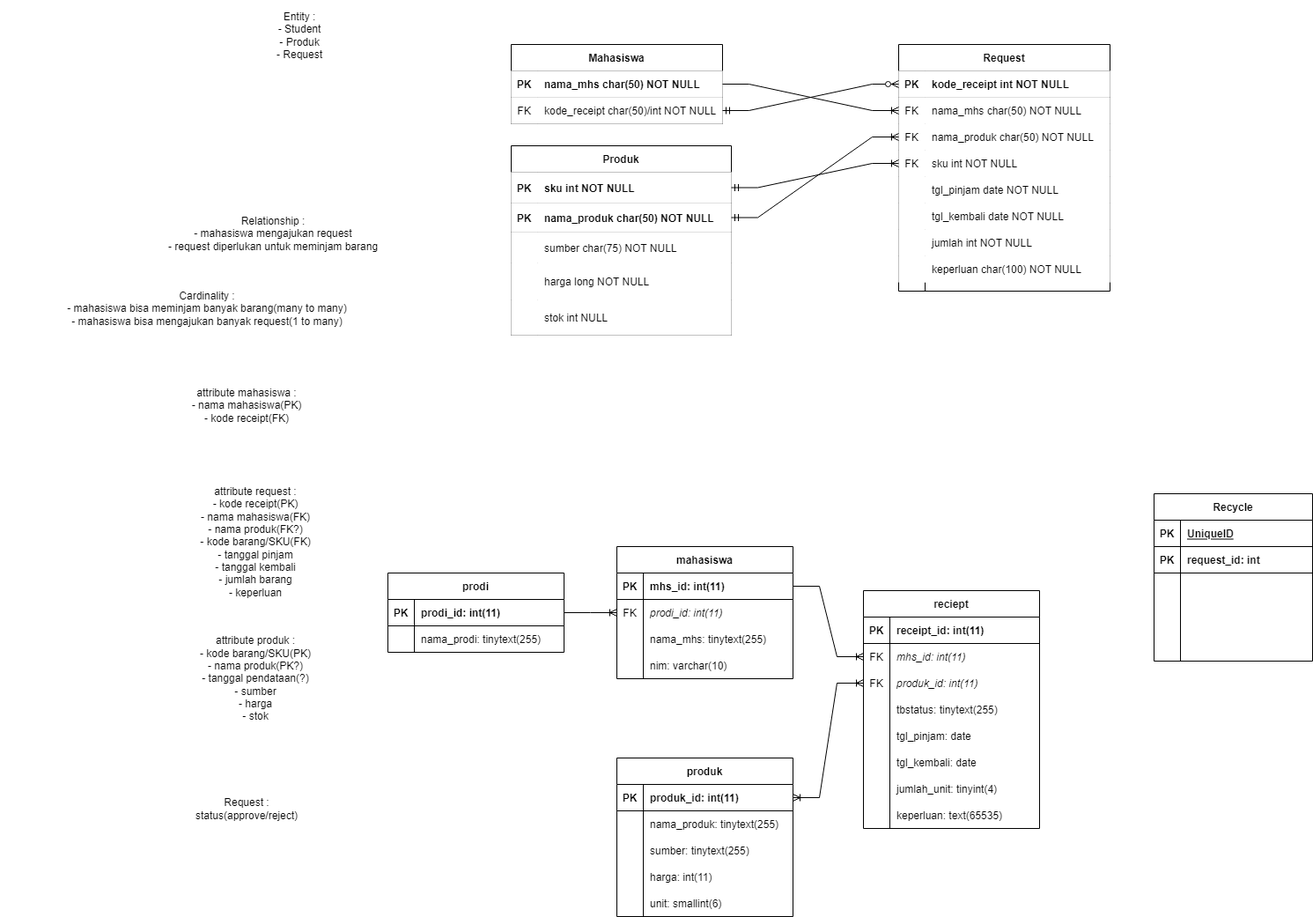
The draw.io diagram diagrams/ER diagram.drawio.png in johannfac/aplikasipeminjamanaset, before a commit. Source tidied: cells renumbered, new cells last; positions are measured from the earlier drawing's top-left corner, leaving out a move shared by most shapes.
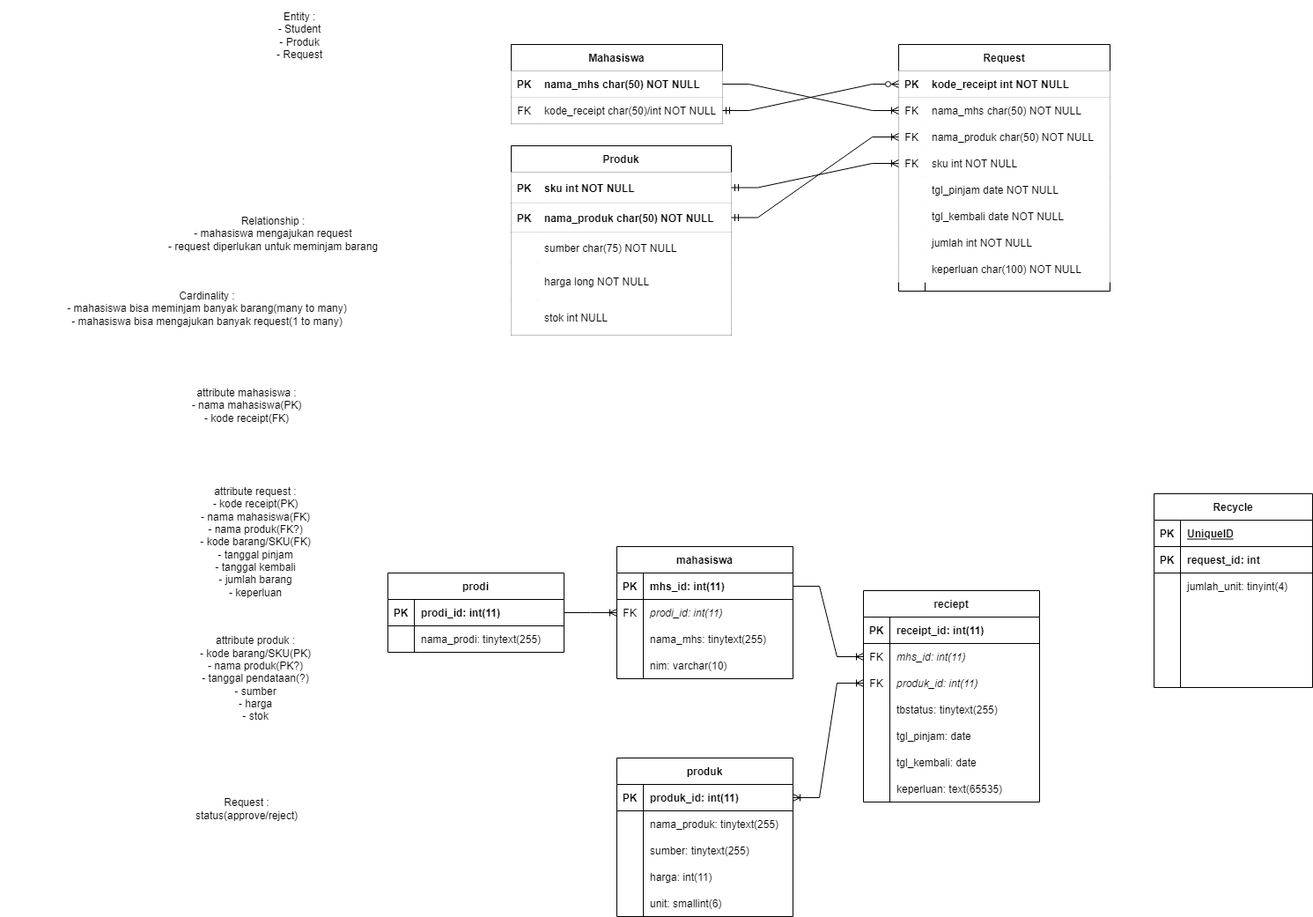
After the change.

Change to the diagram source:
```diff
@@ -264,7 +264,7 @@
       <mxGeometry x="30" width="170" height="30" as="geometry" />
     </mxCell>
     <mxCell id="89" value="reciept" style="shape=table;startSize=30;rowLines=0;fontStyle=1;align=center;fontColor=default;strokeColor=default;fillColor=none;" parent="1" vertex="1">
-      <mxGeometry x="980" y="670" width="200" height="270" as="geometry" />
+      <mxGeometry x="980" y="670" width="200" height="240" as="geometry" />
     </mxCell>
     <mxCell id="90" style="shape=partialRectangle;fillColor=none;top=0;left=0;bottom=1;right=0;fontColor=default;strokeColor=default;" parent="89" vertex="1">
       <mxGeometry y="30" width="200" height="30" as="geometry" />
@@ -320,17 +320,8 @@
     <mxCell id="107" value="tgl_kembali: date" style="shape=partialRectangle;fillColor=none;top=0;left=0;bottom=0;right=0;align=left;spacingLeft=6;overflow=hidden;fontColor=default;strokeColor=default;" parent="105" vertex="1">
       <mxGeometry x="30" width="170" height="30" as="geometry" />
     </mxCell>
-    <mxCell id="108" style="shape=partialRectangle;fillColor=none;top=0;left=0;bottom=0;right=0;fontColor=default;strokeColor=default;" parent="89" vertex="1">
-      <mxGeometry y="210" width="200" height="30" as="geometry" />
-    </mxCell>
-    <mxCell id="109" style="shape=partialRectangle;fillColor=none;top=0;left=0;bottom=0;right=0;overflow=hidden;fontColor=default;strokeColor=default;" parent="108" vertex="1">
-      <mxGeometry width="30" height="30" as="geometry" />
-    </mxCell>
-    <mxCell id="110" value="jumlah_unit: tinyint(4)" style="shape=partialRectangle;fillColor=none;top=0;left=0;bottom=0;right=0;align=left;spacingLeft=6;overflow=hidden;fontColor=default;strokeColor=default;" parent="108" vertex="1">
-      <mxGeometry x="30" width="170" height="30" as="geometry" />
-    </mxCell>
     <mxCell id="111" style="shape=partialRectangle;fillColor=none;top=0;left=0;bottom=0;right=0;fontColor=default;strokeColor=default;" parent="89" vertex="1">
-      <mxGeometry y="240" width="200" height="30" as="geometry" />
+      <mxGeometry y="210" width="200" height="30" as="geometry" />
     </mxCell>
     <mxCell id="112" style="shape=partialRectangle;fillColor=none;top=0;left=0;bottom=0;right=0;overflow=hidden;fontColor=default;strokeColor=default;" parent="111" vertex="1">
       <mxGeometry width="30" height="30" as="geometry" />
@@ -339,7 +330,7 @@
       <mxGeometry x="30" width="170" height="30" as="geometry" />
     </mxCell>
     <mxCell id="114" value="Recycle" style="shape=table;startSize=30;rowLines=0;fontStyle=1;align=center;fontColor=default;strokeColor=default;fillColor=default;" parent="1" vertex="1">
-      <mxGeometry x="1310" y="560" width="180" height="190" as="geometry" />
+      <mxGeometry x="1310" y="560" width="180" height="220" as="geometry" />
     </mxCell>
     <mxCell id="115" style="shape=partialRectangle;fillColor=none;top=0;left=0;bottom=1;right=0;fontColor=default;strokeColor=default;" parent="114" vertex="1">
       <mxGeometry y="30" width="180" height="30" as="geometry" />
@@ -359,8 +350,17 @@
     <mxCell id="120" value="request_id: int" style="shape=partialRectangle;fillColor=none;top=0;left=0;bottom=0;right=0;align=left;spacingLeft=6;fontStyle=1;overflow=hidden;fontColor=default;strokeColor=default;" parent="118" vertex="1">
       <mxGeometry x="30" width="150" height="30" as="geometry" />
     </mxCell>
+    <mxCell id="108" style="shape=partialRectangle;fillColor=none;top=0;left=0;bottom=0;right=0;fontColor=default;strokeColor=default;" parent="114" vertex="1">
+      <mxGeometry y="90" width="180" height="30" as="geometry" />
+    </mxCell>
+    <mxCell id="109" style="shape=partialRectangle;fillColor=none;top=0;left=0;bottom=0;right=0;overflow=hidden;fontColor=default;strokeColor=default;" parent="108" vertex="1">
+      <mxGeometry width="30" height="30" as="geometry" />
+    </mxCell>
+    <mxCell id="110" value="jumlah_unit: tinyint(4)" style="shape=partialRectangle;fillColor=none;top=0;left=0;bottom=0;right=0;align=left;spacingLeft=6;overflow=hidden;fontColor=default;strokeColor=default;" parent="108" vertex="1">
+      <mxGeometry x="30" width="150" height="30" as="geometry" />
+    </mxCell>
     <mxCell id="121" style="shape=partialRectangle;fillColor=none;top=0;left=0;bottom=0;right=0;fontColor=default;strokeColor=default;" parent="114" vertex="1">
-      <mxGeometry y="90" width="180" height="30" as="geometry" />
+      <mxGeometry y="120" width="180" height="30" as="geometry" />
     </mxCell>
     <mxCell id="122" style="shape=partialRectangle;fillColor=none;top=0;left=0;bottom=0;right=0;overflow=hidden;fontColor=default;strokeColor=default;" parent="121" vertex="1">
       <mxGeometry width="30" height="30" as="geometry" />
@@ -369,7 +369,7 @@
       <mxGeometry x="30" width="150" height="30" as="geometry" />
     </mxCell>
     <mxCell id="124" style="shape=partialRectangle;fillColor=none;top=0;left=0;bottom=0;right=0;fontColor=default;strokeColor=default;" parent="114" vertex="1">
-      <mxGeometry y="120" width="180" height="30" as="geometry" />
+      <mxGeometry y="150" width="180" height="30" as="geometry" />
     </mxCell>
     <mxCell id="125" style="shape=partialRectangle;fillColor=none;top=0;left=0;bottom=0;right=0;overflow=hidden;fontColor=default;strokeColor=default;" parent="124" vertex="1">
       <mxGeometry width="30" height="30" as="geometry" />
@@ -378,7 +378,7 @@
       <mxGeometry x="30" width="150" height="30" as="geometry" />
     </mxCell>
     <mxCell id="127" style="shape=partialRectangle;fillColor=none;top=0;left=0;bottom=0;right=0;fontColor=default;strokeColor=default;" parent="114" vertex="1">
-      <mxGeometry y="150" width="180" height="30" as="geometry" />
+      <mxGeometry y="180" width="180" height="30" as="geometry" />
     </mxCell>
     <mxCell id="128" style="shape=partialRectangle;fillColor=none;top=0;left=0;bottom=0;right=0;overflow=hidden;fontColor=default;strokeColor=default;" parent="127" vertex="1">
       <mxGeometry width="30" height="30" as="geometry" />
```
